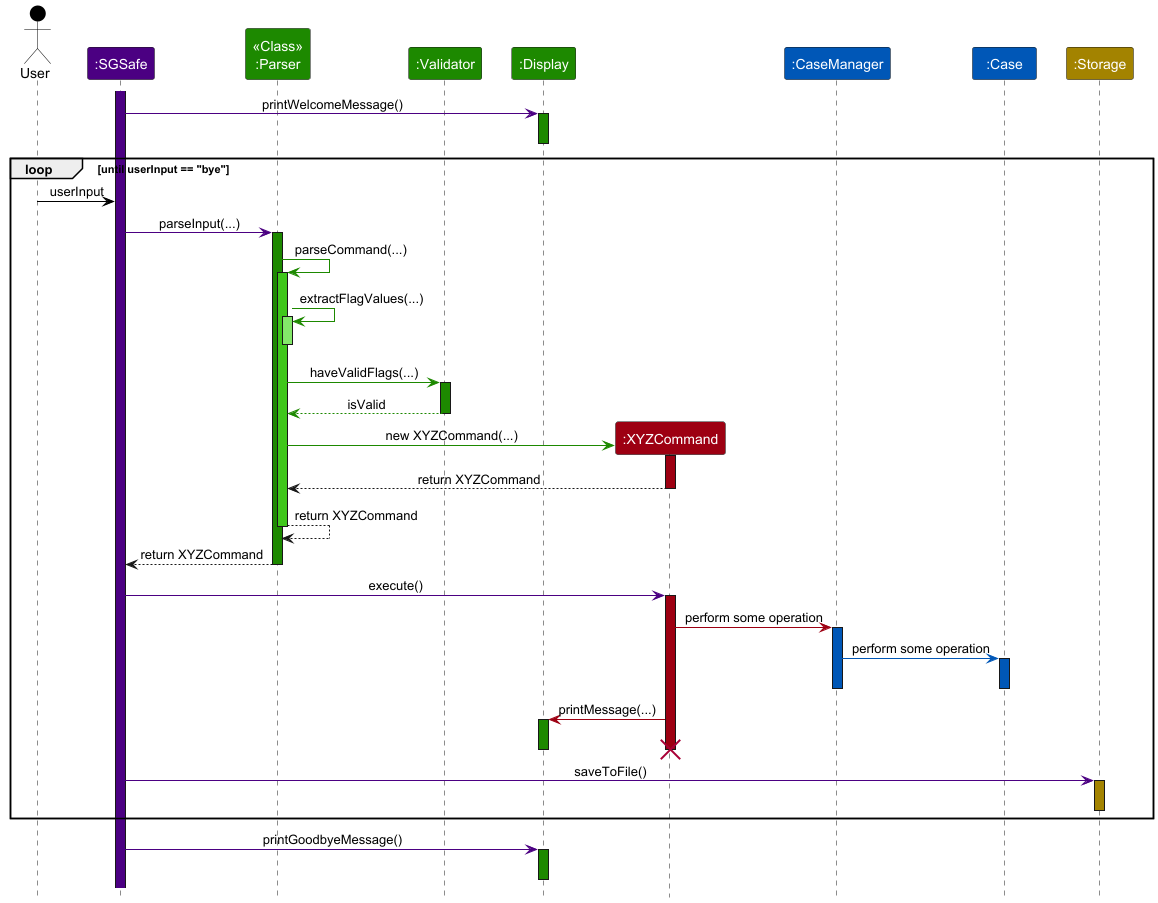
This is docs/images/SequenceDiagramGenericCombined.png from zhengjie2002/tp, a PlantUML export, as it was before one commit.
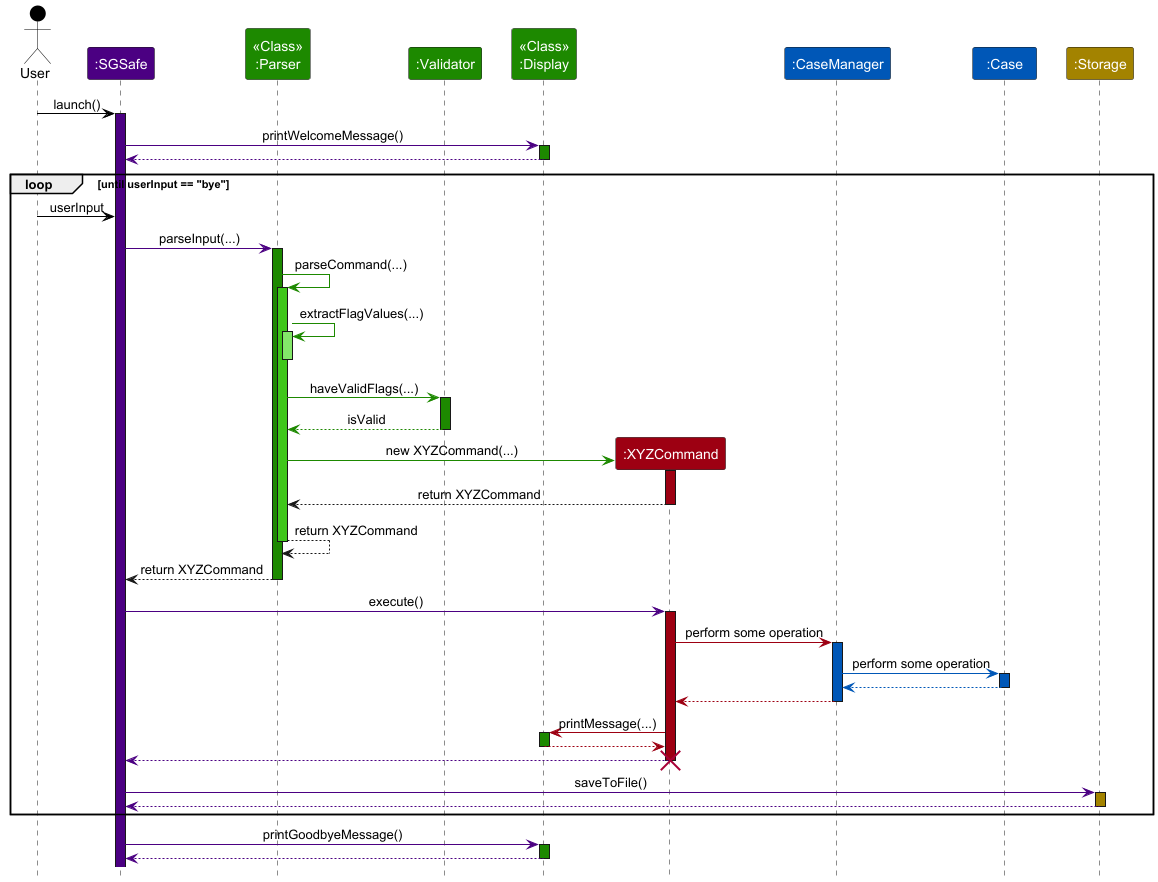
After the change.

Commit message:
Change architecture diagram

Diff of the diagram source:
```diff
@@ -6,13 +6,14 @@
 participant ":SGSafe" as sgsafe MAIN_COLOR
 participant "<<Class>>\n:Parser" as parser UI_COLOR
 participant ":Validator" as validator UI_COLOR
-participant ":Display" as display UI_COLOR
+participant "<<Class>>\n:Display" as display UI_COLOR
 
+user -[USER_COLOR]> sgsafe : launch()
 activate sgsafe MAIN_COLOR
 
 sgsafe -[MAIN_COLOR]> display :printWelcomeMessage()
 activate display UI_COLOR
-deactivate display UI_COLOR
+return
 
 loop until userInput == "bye"
     user -[USER_COLOR]> sgsafe : userInput
@@ -25,6 +26,7 @@
 
     parser -[UI_COLOR]> parser : extractFlagValues(...)
     activate parser UI_COLOR_T1
+
     deactivate parser
 
     parser -[UI_COLOR]> validator : haveValidFlags(...)
@@ -59,24 +61,26 @@
 
     caseMgr -[CASEFILE_COLOR]> case : perform some operation
     activate case CASEFILE_COLOR
-    deactivate case
-    deactivate caseMgr
+
+    return
+    return
 
     cmd -[COMMAND_COLOR]> display : printMessage(...)
     activate display UI_COLOR
-    deactivate display
-    deactivate cmd
+    return
+
+    return
+
 
     destroy cmd
-
     sgsafe -[MAIN_COLOR]> storage : saveToFile()
     activate storage STORAGE_COLOR
-    deactivate storage
+    return
 
 end
 
 sgsafe -[MAIN_COLOR]> display :printGoodbyeMessage()
 activate display UI_COLOR
-deactivate display UI_COLOR
+return
 
 @enduml
```
